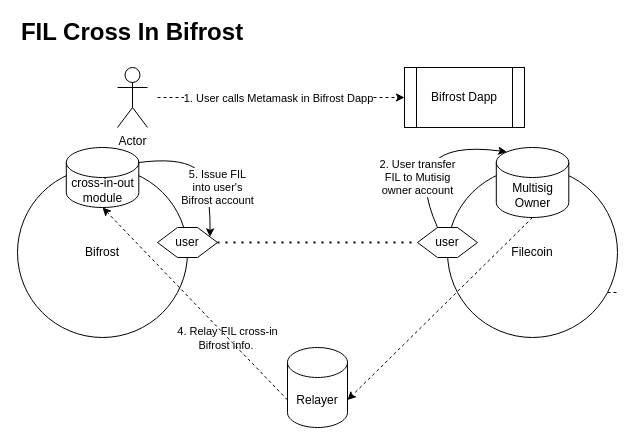
The draw.io diagram vfil-crossin-multisig.drawio in herryho/flowchars, before the edit. Source tidied: cells renumbered, new cells numbered last; positions are measured from the earlier drawing's top-left corner, leaving out a move shared by most shapes. Both pictures are drawn from the tidied source at 100%, with x=0, y=0 at pixel (17, 17).
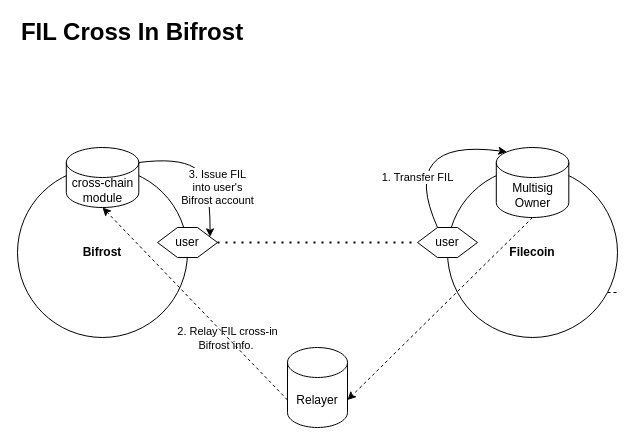
The same page after the edit.

The change refers to these unchanged cells:
```xml
<mxCell id="4" value="user" style="shape=hexagon;perimeter=hexagonPerimeter2;whiteSpace=wrap;html=1;fixedSize=1;" parent="1" vertex="1">
  <mxGeometry x="140" y="210" width="60" height="30" as="geometry" />
</mxCell>
<mxCell id="9" style="curved=1;endArrow=classic;html=1;rounded=0;entryX=0.145;entryY=0;entryDx=0;entryDy=4.35;entryPerimeter=0;" parent="1" edge="1" target="7">
  <mxGeometry relative="1" as="geometry">
    <mxPoint x="420" y="210" as="sourcePoint" />
    <Array as="points">
      <mxPoint x="380" y="120" />
    </Array>
  </mxGeometry>
</mxCell>
<mxCell id="14" style="endArrow=classic;html=1;rounded=0;dashed=1;exitX=0.5;exitY=1;exitDx=0;exitDy=0;exitPerimeter=0;entryX=1;entryY=0;entryDx=0;entryDy=52.5;entryPerimeter=0;" parent="1" edge="1" source="7" target="12">
  <mxGeometry relative="1" as="geometry" />
</mxCell>
```

What changed in the source:
```diff
@@
-    <mxCell id="2" value="Bifrost" style="ellipse;whiteSpace=wrap;html=1;" parent="1" vertex="1">
+    <mxCell id="2" value="&lt;b&gt;Bifrost&lt;/b&gt;" style="ellipse;whiteSpace=wrap;html=1;" parent="1" vertex="1">
       <mxGeometry y="150" width="170" height="170" as="geometry" />
     </mxCell>
-    <mxCell id="3" value="Filecoin" style="ellipse;whiteSpace=wrap;html=1;" parent="1" vertex="1">
+    <mxCell id="3" value="&lt;b&gt;Filecoin&lt;/b&gt;" style="ellipse;whiteSpace=wrap;html=1;" parent="1" vertex="1">
       <mxGeometry x="430" y="150" width="170" height="170" as="geometry" />
     </mxCell>
@@
-    <mxCell id="8" value="cross-in-out module" style="shape=cylinder3;whiteSpace=wrap;html=1;boundedLbl=1;backgroundOutline=1;size=15;" parent="1" vertex="1">
+    <mxCell id="8" value="cross-chain module" style="shape=cylinder3;whiteSpace=wrap;html=1;boundedLbl=1;backgroundOutline=1;size=15;" parent="1" vertex="1">
       <mxGeometry x="48.8" y="130" width="72.5" height="60" as="geometry" />
     </mxCell>
@@
-    <mxCell id="10" value="2. User transfer&lt;br&gt;FIL to Mutisig &lt;br&gt;owner account" style="edgeLabel;html=1;align=center;verticalAlign=middle;" parent="9" vertex="1">
+    <mxCell id="10" value="1. Transfer FIL" style="edgeLabel;html=1;align=center;verticalAlign=middle;" parent="9" vertex="1">
       <mxGeometry x="-0.41" y="-3" relative="1" as="geometry">
         <mxPoint x="2" y="7" as="offset" />
       </mxGeometry>
     </mxCell>
-    <mxCell id="11" value="5. Issue FIL&lt;br&gt;into user's&lt;br&gt;Bifrost account" style="curved=1;endArrow=classic;html=1;rounded=0;exitX=1;exitY=0;exitDx=0;exitDy=15;exitPerimeter=0;entryX=1;entryY=0.25;entryDx=0;entryDy=0;" parent="1" edge="1" source="8" target="4">
+    <mxCell id="11" value="3. Issue FIL&lt;br&gt;into user's&lt;br&gt;Bifrost account" style="curved=1;endArrow=classic;html=1;rounded=0;exitX=1;exitY=0;exitDx=0;exitDy=15;exitPerimeter=0;entryX=1;entryY=0.25;entryDx=0;entryDy=0;" parent="1" edge="1" source="8" target="4">
       <mxGeometry x="0.28" y="7" relative="1" as="geometry">
         <Array as="points">
           <mxPoint x="160" y="140" />
           <mxPoint x="193" y="160" />
         </Array>
       </mxGeometry>
     </mxCell>
@@
-    <mxCell id="15" value="4. Relay FIL cross-in&lt;br&gt;Bifrost info.&amp;nbsp;" style="edgeLabel;html=1;align=center;verticalAlign=middle;" parent="14" vertex="1">
+    <mxCell id="15" value="2. Relay FIL cross-in&lt;br&gt;Bifrost info.&amp;nbsp;" style="edgeLabel;html=1;align=center;verticalAlign=middle;" parent="14" vertex="1">
       <mxGeometry x="0.2" y="-3" relative="1" as="geometry">
         <mxPoint x="-192" y="13" as="offset" />
       </mxGeometry>
     </mxCell>
@@
-    <mxCell id="18" value="Bifrost Dapp" style="shape=process;whiteSpace=wrap;html=1;backgroundOutline=1;" parent="1" vertex="1">
-      <mxGeometry x="387" y="50" width="120" height="60" as="geometry" />
-    </mxCell>
-    <mxCell id="19" value="Actor" style="shape=umlActor;verticalLabelPosition=bottom;verticalAlign=top;html=1;" parent="1" vertex="1">
-      <mxGeometry x="100" y="50" width="30" height="60" as="geometry" />
-    </mxCell>
-    <mxCell id="20" style="endArrow=classic;html=1;rounded=0;entryX=0;entryY=0.5;entryDx=0;entryDy=0;dashed=1;" parent="1" edge="1" target="18">
-      <mxGeometry relative="1" as="geometry">
-        <mxPoint x="140" y="80" as="sourcePoint" />
-      </mxGeometry>
-    </mxCell>
-    <mxCell id="21" value="1. User calls Metamask in Bifrost Dapp" style="edgeLabel;html=1;align=center;verticalAlign=middle;" parent="20" vertex="1">
-      <mxGeometry x="-0.12" y="2" relative="1" as="geometry">
-        <mxPoint x="11" y="2" as="offset" />
-      </mxGeometry>
-    </mxCell>
```
